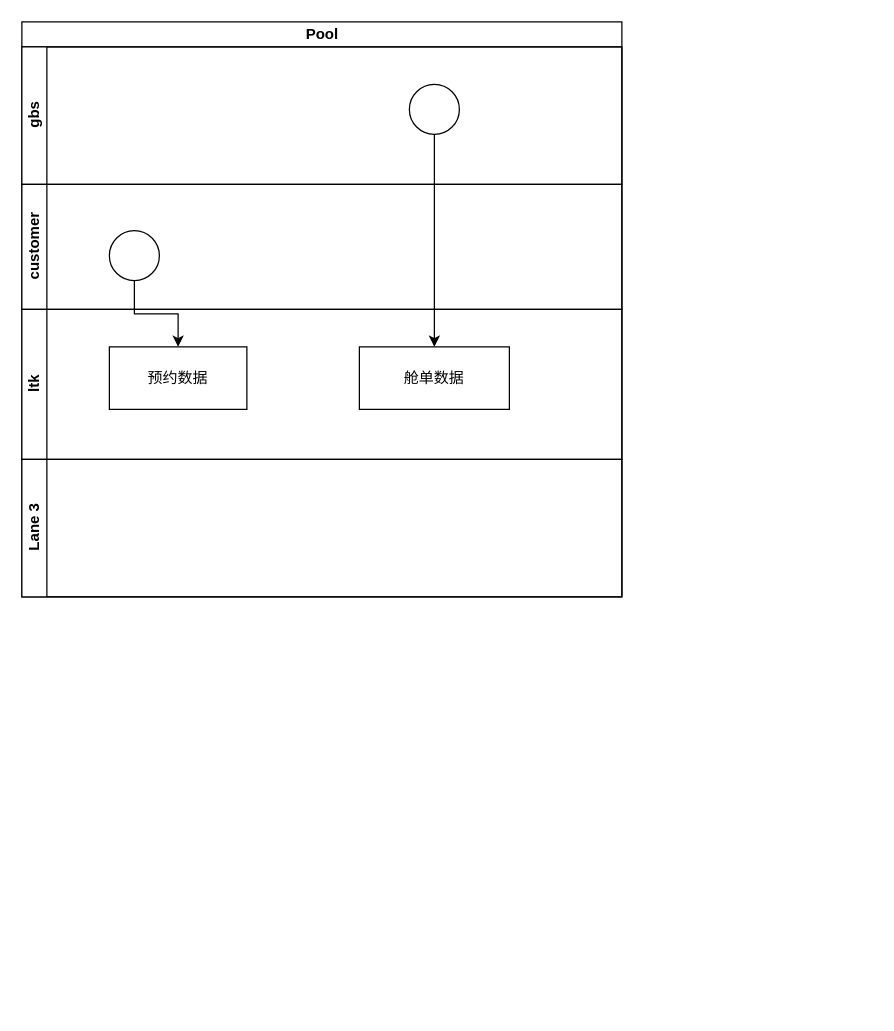
Before: biz_BL issue.drawio in yi2003/diagram, a draw.io diagram. Source tidied: cells renumbered, new cells numbered last; positions are measured from the earlier drawing's top-left corner, leaving out a move shared by most shapes. Both pictures are drawn from the tidied source at 125%, with x=0, y=0 at pixel (21, 21).
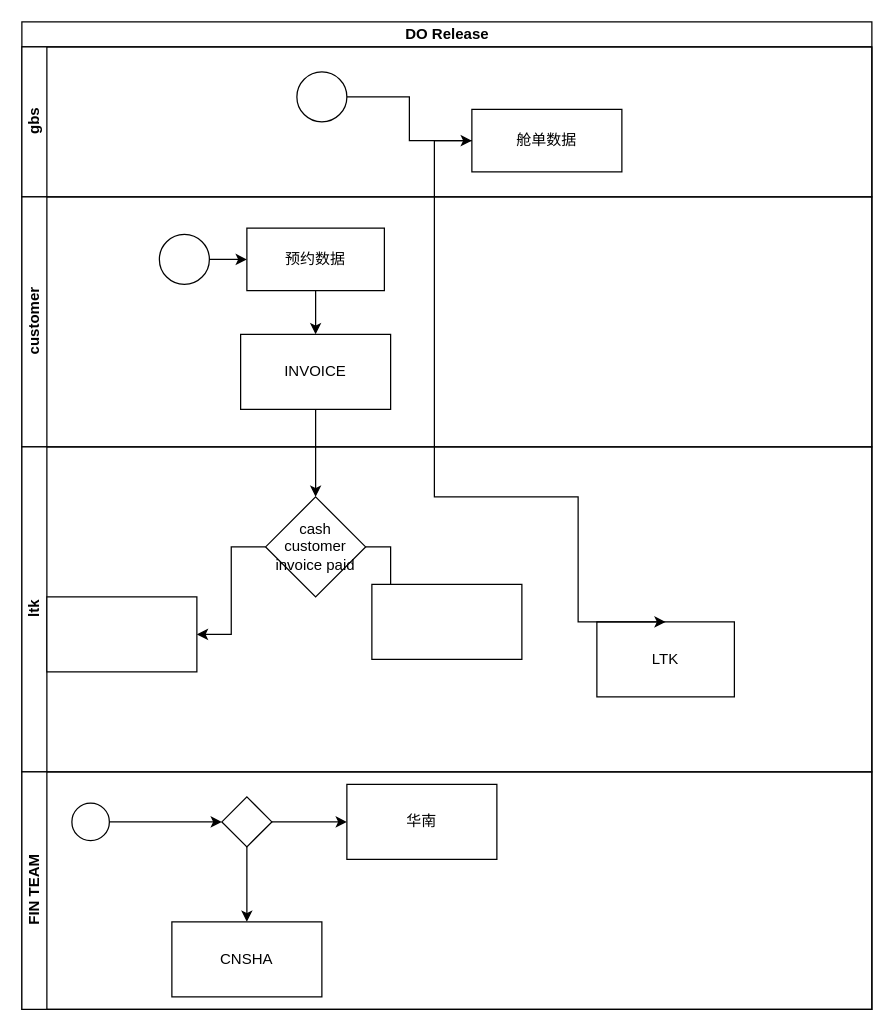
The same page after the edit.

What changed in the source:
```diff
@@
-    <mxCell id="2" value="Pool" style="swimlane;horizontal=1;startSize=20;html=1;" parent="1" vertex="1">
-      <mxGeometry width="480" height="460" as="geometry" />
+    <mxCell id="2" value="DO Release" style="swimlane;horizontal=1;startSize=20;html=1;" parent="1" vertex="1">
+      <mxGeometry width="680" height="790" as="geometry" />
     </mxCell>
     <mxCell id="3" value="gbs" style="swimlane;startSize=20;horizontal=0;html=1;" parent="2" vertex="1">
-      <mxGeometry y="20" width="480" height="110" as="geometry" />
+      <mxGeometry y="20" width="680" height="120" as="geometry" />
     </mxCell>
     <mxCell id="4" style="ellipse;whiteSpace=wrap;html=1;" parent="3" vertex="1">
-      <mxGeometry x="310" y="30" width="40" height="40" as="geometry" />
+      <mxGeometry x="220" y="20" width="40" height="40" as="geometry" />
     </mxCell>
+    <mxCell id="8" value="舱单数据" style="whiteSpace=wrap;html=1;" parent="3" vertex="1">
+      <mxGeometry x="360" y="50" width="120" height="50" as="geometry" />
+    </mxCell>
+    <mxCell id="11" style="edgeStyle=orthogonalEdgeStyle;rounded=0;jettySize=auto;html=1;" parent="3" edge="1" source="4" target="8">
+      <mxGeometry relative="1" as="geometry" />
+    </mxCell>
     <mxCell id="5" value="customer" style="swimlane;startSize=20;horizontal=0;html=1;" parent="2" vertex="1">
-      <mxGeometry y="130" width="480" height="100" as="geometry" />
+      <mxGeometry y="140" width="680" height="200" as="geometry" />
     </mxCell>
     <mxCell id="6" style="ellipse;whiteSpace=wrap;html=1;" parent="5" vertex="1">
-      <mxGeometry x="70" y="37" width="40" height="40" as="geometry" />
+      <mxGeometry x="110" y="30" width="40" height="40" as="geometry" />
     </mxCell>
+    <mxCell id="13" style="edgeStyle=orthogonalEdgeStyle;rounded=0;jettySize=auto;html=1;" parent="5" edge="1" source="9" target="14">
+      <mxGeometry relative="1" as="geometry" />
+    </mxCell>
+    <mxCell id="9" value="预约数据" style="whiteSpace=wrap;html=1;" parent="5" vertex="1">
+      <mxGeometry x="180" y="25" width="110" height="50" as="geometry" />
+    </mxCell>
+    <mxCell id="12" style="edgeStyle=orthogonalEdgeStyle;rounded=0;jettySize=auto;html=1;" parent="5" edge="1" source="6" target="9">
+      <mxGeometry relative="1" as="geometry" />
+    </mxCell>
+    <mxCell id="14" value="INVOICE" style="whiteSpace=wrap;html=1;" parent="5" vertex="1">
+      <mxGeometry x="175" y="110" width="120" height="60" as="geometry" />
+    </mxCell>
     <mxCell id="7" value="ltk" style="swimlane;startSize=20;horizontal=0;html=1;" parent="2" vertex="1">
-      <mxGeometry y="230" width="480" height="120" as="geometry" />
+      <mxGeometry y="340" width="680" height="260" as="geometry" />
     </mxCell>
-    <mxCell id="8" value="舱单数据" style="whiteSpace=wrap;html=1;" parent="7" vertex="1">
-      <mxGeometry x="270" y="30" width="120" height="50" as="geometry" />
-    </mxCell>
-    <mxCell id="9" value="预约数据" style="whiteSpace=wrap;html=1;" parent="7" vertex="1">
-      <mxGeometry x="70" y="30" width="110" height="50" as="geometry" />
-    </mxCell>
+    <mxCell id="15" value="LTK" style="whiteSpace=wrap;html=1;" parent="7" vertex="1">
+      <mxGeometry x="460" y="140" width="110" height="60" as="geometry" />
+    </mxCell>
+    <mxCell id="16" style="edgeStyle=orthogonalEdgeStyle;rounded=0;jettySize=auto;html=1;" parent="7" edge="1" source="18" target="19">
+      <mxGeometry relative="1" as="geometry" />
+    </mxCell>
+    <mxCell id="17" style="edgeStyle=orthogonalEdgeStyle;rounded=0;jettySize=auto;html=1;" parent="7" edge="1" source="18" target="20">
+      <mxGeometry relative="1" as="geometry" />
+    </mxCell>
+    <mxCell id="18" value="cash customer invoice paid" style="rhombus;whiteSpace=wrap;html=1;" parent="7" vertex="1">
+      <mxGeometry x="195" y="40" width="80" height="80" as="geometry" />
+    </mxCell>
+    <mxCell id="19" style="whiteSpace=wrap;html=1;" parent="7" vertex="1">
+      <mxGeometry x="20" y="120" width="120" height="60" as="geometry" />
+    </mxCell>
+    <mxCell id="20" style="whiteSpace=wrap;html=1;" parent="7" vertex="1">
+      <mxGeometry x="280" y="110" width="120" height="60" as="geometry" />
+    </mxCell>
-    <mxCell id="10" value="Lane 3" style="swimlane;startSize=20;horizontal=0;html=1;" parent="2" vertex="1">
-      <mxGeometry y="350" width="480" height="110" as="geometry" />
+    <mxCell id="10" value="FIN TEAM" style="swimlane;startSize=20;horizontal=0;html=1;" parent="2" vertex="1">
+      <mxGeometry y="600" width="680" height="190" as="geometry" />
     </mxCell>
-    <mxCell id="11" style="edgeStyle=orthogonalEdgeStyle;rounded=0;jettySize=auto;html=1;" parent="2" edge="1" source="4" target="8">
-      <mxGeometry relative="1" as="geometry" />
-    </mxCell>
-    <mxCell id="12" style="edgeStyle=orthogonalEdgeStyle;rounded=0;jettySize=auto;html=1;" parent="2" edge="1" source="6" target="9">
-      <mxGeometry relative="1" as="geometry" />
-    </mxCell>
+    <mxCell id="21" style="edgeStyle=orthogonalEdgeStyle;rounded=0;jettySize=auto;html=1;" parent="10" edge="1" source="22" target="25">
+      <mxGeometry relative="1" as="geometry" />
+    </mxCell>
+    <mxCell id="22" style="ellipse;" parent="10" vertex="1">
+      <mxGeometry x="40" y="25" width="30" height="30" as="geometry" />
+    </mxCell>
+    <mxCell id="23" style="edgeStyle=orthogonalEdgeStyle;rounded=0;jettySize=auto;html=1;" parent="10" edge="1" source="25" target="26">
+      <mxGeometry relative="1" as="geometry" />
+    </mxCell>
+    <mxCell id="24" style="edgeStyle=orthogonalEdgeStyle;rounded=0;jettySize=auto;html=1;" parent="10" edge="1" source="25" target="27">
+      <mxGeometry relative="1" as="geometry" />
+    </mxCell>
+    <mxCell id="25" style="rhombus;whiteSpace=wrap;html=1;" parent="10" vertex="1">
+      <mxGeometry x="160" y="20" width="40" height="40" as="geometry" />
+    </mxCell>
+    <mxCell id="26" value="华南" style="whiteSpace=wrap;html=1;" parent="10" vertex="1">
+      <mxGeometry x="260" y="10" width="120" height="60" as="geometry" />
+    </mxCell>
+    <mxCell id="27" value="CNSHA" style="whiteSpace=wrap;html=1;" parent="10" vertex="1">
+      <mxGeometry x="120" y="120" width="120" height="60" as="geometry" />
+    </mxCell>
+    <mxCell id="28" style="edgeStyle=orthogonalEdgeStyle;rounded=0;jettySize=auto;html=1;entryX=0.5;entryY=0;entryDx=0;entryDy=0;" parent="2" edge="1" source="8" target="15">
+      <mxGeometry relative="1" as="geometry">
+        <Array as="points">
+          <mxPoint x="330" y="95" />
+          <mxPoint x="330" y="380" />
+          <mxPoint x="445" y="380" />
+        </Array>
+      </mxGeometry>
+    </mxCell>
+    <mxCell id="29" style="edgeStyle=orthogonalEdgeStyle;rounded=0;jettySize=auto;html=1;" parent="2" edge="1" source="14" target="18">
+      <mxGeometry relative="1" as="geometry" />
+    </mxCell>
```
